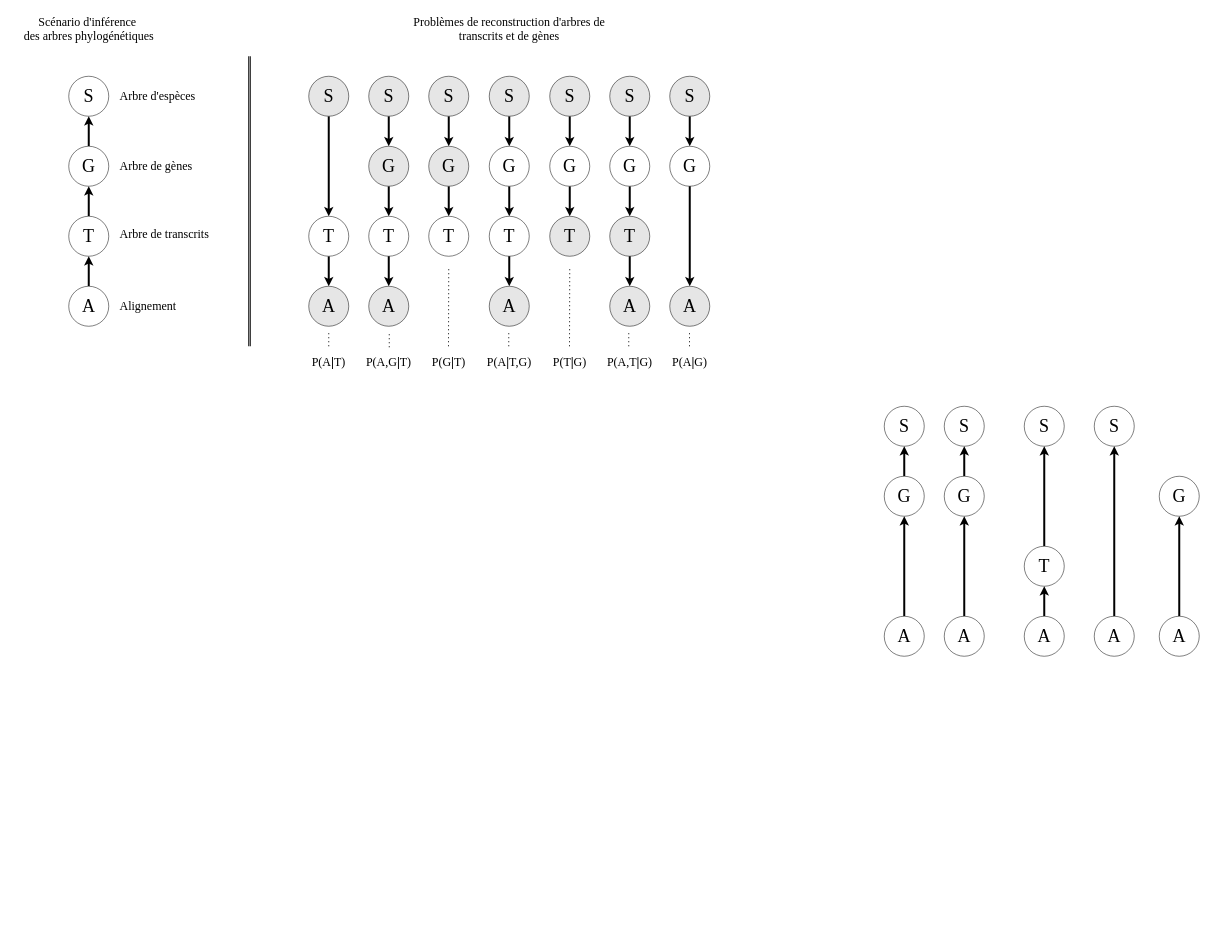
Earlier version of the draw.io diagram page "Chap2" (2 of 2) of theis.drawio (dondavy/thesis-draw.io). Source tidied: cells renumbered, new cells numbered last; positions are measured from the earlier drawing's top-left corner, leaving out a move shared by most shapes. Both pictures are drawn from the tidied source at 50%, with x=0, y=0 at pixel (18, 8).
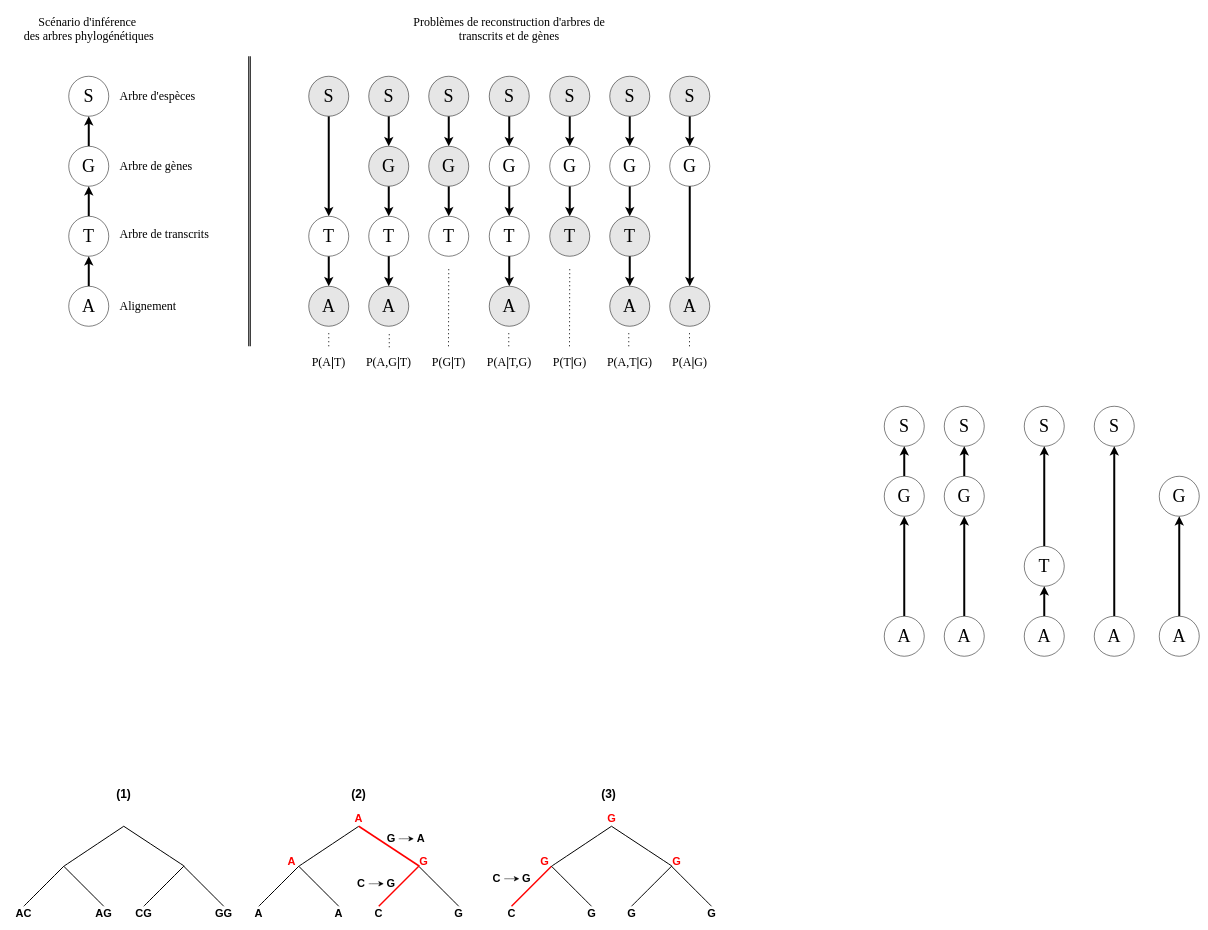
Above is the later version.

Change to the diagram source:
```diff
@@
+    <mxCell id="94" style="group;" parent="1" vertex="1">
+      <mxGeometry x="-18" y="1555" width="1435.5" height="270" as="geometry" />
+    </mxCell>
+    <mxCell id="95" style="endArrow=none;html=1;rounded=0;fontSize=12;startSize=8;endSize=8;curved=1;strokeWidth=2;" parent="94" edge="1">
+      <mxGeometry relative="1" as="geometry">
+        <mxPoint x="30" y="240" as="sourcePoint" />
+        <mxPoint x="110" y="160" as="targetPoint" />
+      </mxGeometry>
+    </mxCell>
+    <mxCell id="96" style="endArrow=none;html=1;rounded=0;fontSize=12;startSize=8;endSize=8;curved=1;strokeWidth=2;" parent="94" edge="1">
+      <mxGeometry relative="1" as="geometry">
+        <mxPoint x="190" y="240" as="sourcePoint" />
+        <mxPoint x="110" y="160" as="targetPoint" />
+      </mxGeometry>
+    </mxCell>
+    <mxCell id="97" style="endArrow=none;html=1;rounded=0;fontSize=12;startSize=8;endSize=8;curved=1;strokeWidth=2;" parent="94" edge="1">
+      <mxGeometry relative="1" as="geometry">
+        <mxPoint x="430" y="240" as="sourcePoint" />
+        <mxPoint x="350" y="160" as="targetPoint" />
+      </mxGeometry>
+    </mxCell>
+    <mxCell id="98" style="endArrow=none;html=1;rounded=0;fontSize=12;startSize=8;endSize=8;curved=1;strokeWidth=2;" parent="94" edge="1">
+      <mxGeometry relative="1" as="geometry">
+        <mxPoint x="110" y="160" as="sourcePoint" />
+        <mxPoint x="230" y="80" as="targetPoint" />
+      </mxGeometry>
+    </mxCell>
+    <mxCell id="99" style="endArrow=none;html=1;rounded=0;fontSize=12;startSize=8;endSize=8;curved=1;strokeWidth=2;" parent="94" edge="1">
+      <mxGeometry relative="1" as="geometry">
+        <mxPoint x="270" y="240" as="sourcePoint" />
+        <mxPoint x="350" y="160" as="targetPoint" />
+      </mxGeometry>
+    </mxCell>
+    <mxCell id="100" style="endArrow=none;html=1;rounded=0;fontSize=12;startSize=8;endSize=8;curved=1;strokeWidth=2;" parent="94" edge="1">
+      <mxGeometry relative="1" as="geometry">
+        <mxPoint x="351.5" y="160" as="sourcePoint" />
+        <mxPoint x="230" y="80" as="targetPoint" />
+      </mxGeometry>
+    </mxCell>
+    <mxCell id="101" value="&lt;font style=&quot;font-size: 22px;&quot;&gt;&lt;b&gt;AC&lt;/b&gt;&lt;/font&gt;" style="text;html=1;align=center;verticalAlign=middle;whiteSpace=wrap;rounded=0;fontSize=16;" parent="94" vertex="1">
+      <mxGeometry y="240" width="60" height="30" as="geometry" />
+    </mxCell>
+    <mxCell id="102" value="&lt;font style=&quot;font-size: 22px;&quot;&gt;&lt;b&gt;AG&lt;/b&gt;&lt;/font&gt;" style="text;html=1;align=center;verticalAlign=middle;whiteSpace=wrap;rounded=0;fontSize=16;" parent="94" vertex="1">
+      <mxGeometry x="160" y="240" width="60" height="30" as="geometry" />
+    </mxCell>
+    <mxCell id="103" value="&lt;font style=&quot;font-size: 22px;&quot;&gt;&lt;b&gt;CG&lt;/b&gt;&lt;/font&gt;" style="text;html=1;align=center;verticalAlign=middle;whiteSpace=wrap;rounded=0;fontSize=16;" parent="94" vertex="1">
+      <mxGeometry x="240" y="240" width="60" height="30" as="geometry" />
+    </mxCell>
+    <mxCell id="104" value="&lt;font style=&quot;font-size: 22px;&quot;&gt;&lt;b&gt;GG&lt;/b&gt;&lt;/font&gt;" style="text;html=1;align=center;verticalAlign=middle;whiteSpace=wrap;rounded=0;fontSize=16;" parent="94" vertex="1">
+      <mxGeometry x="400" y="240" width="60" height="30" as="geometry" />
+    </mxCell>
+    <mxCell id="105" style="group;" parent="94" vertex="1">
+      <mxGeometry x="961" y="50" width="474.5" height="220" as="geometry" />
+    </mxCell>
+    <mxCell id="106" style="endArrow=none;html=1;rounded=0;fontSize=12;startSize=8;endSize=8;curved=1;strokeWidth=3;strokeColor=#FF0000;" parent="105" edge="1">
+      <mxGeometry relative="1" as="geometry">
+        <mxPoint x="44.5" y="190" as="sourcePoint" />
+        <mxPoint x="124.5" y="110" as="targetPoint" />
+      </mxGeometry>
+    </mxCell>
+    <mxCell id="107" style="endArrow=none;html=1;rounded=0;fontSize=12;startSize=8;endSize=8;curved=1;strokeWidth=2;" parent="105" edge="1">
+      <mxGeometry relative="1" as="geometry">
+        <mxPoint x="204.5" y="190" as="sourcePoint" />
+        <mxPoint x="124.5" y="110" as="targetPoint" />
+      </mxGeometry>
+    </mxCell>
+    <mxCell id="108" style="endArrow=none;html=1;rounded=0;fontSize=12;startSize=8;endSize=8;curved=1;strokeWidth=2;" parent="105" edge="1">
+      <mxGeometry relative="1" as="geometry">
+        <mxPoint x="444.5" y="190" as="sourcePoint" />
+        <mxPoint x="364.5" y="110" as="targetPoint" />
+      </mxGeometry>
+    </mxCell>
+    <mxCell id="109" style="endArrow=none;html=1;rounded=0;fontSize=12;startSize=8;endSize=8;curved=1;strokeWidth=2;" parent="105" edge="1">
+      <mxGeometry relative="1" as="geometry">
+        <mxPoint x="124.5" y="110" as="sourcePoint" />
+        <mxPoint x="244.5" y="30" as="targetPoint" />
+      </mxGeometry>
+    </mxCell>
+    <mxCell id="110" style="endArrow=none;html=1;rounded=0;fontSize=12;startSize=8;endSize=8;curved=1;strokeWidth=2;strokeColor=#000000;" parent="105" edge="1">
+      <mxGeometry relative="1" as="geometry">
+        <mxPoint x="284.5" y="190" as="sourcePoint" />
+        <mxPoint x="364.5" y="110" as="targetPoint" />
+      </mxGeometry>
+    </mxCell>
+    <mxCell id="111" style="endArrow=none;html=1;rounded=0;fontSize=12;startSize=8;endSize=8;curved=1;strokeWidth=2;strokeColor=#000000;" parent="105" edge="1">
+      <mxGeometry relative="1" as="geometry">
+        <mxPoint x="366" y="110" as="sourcePoint" />
+        <mxPoint x="244.5" y="30" as="targetPoint" />
+      </mxGeometry>
+    </mxCell>
+    <mxCell id="112" value="&lt;font style=&quot;font-size: 22px;&quot;&gt;&lt;b&gt;C&lt;/b&gt;&lt;/font&gt;" style="text;html=1;align=center;verticalAlign=middle;whiteSpace=wrap;rounded=0;fontSize=16;" parent="105" vertex="1">
+      <mxGeometry x="14.5" y="190" width="60" height="30" as="geometry" />
+    </mxCell>
+    <mxCell id="113" value="&lt;font style=&quot;font-size: 22px;&quot;&gt;&lt;b&gt;G&lt;/b&gt;&lt;/font&gt;" style="text;html=1;align=center;verticalAlign=middle;whiteSpace=wrap;rounded=0;fontSize=16;" parent="105" vertex="1">
+      <mxGeometry x="174.5" y="190" width="60" height="30" as="geometry" />
+    </mxCell>
+    <mxCell id="114" value="&lt;font style=&quot;font-size: 22px;&quot;&gt;&lt;b&gt;G&lt;/b&gt;&lt;/font&gt;" style="text;html=1;align=center;verticalAlign=middle;whiteSpace=wrap;rounded=0;fontSize=16;" parent="105" vertex="1">
+      <mxGeometry x="254.5" y="190" width="60" height="30" as="geometry" />
+    </mxCell>
+    <mxCell id="115" value="&lt;font style=&quot;font-size: 22px;&quot;&gt;&lt;b&gt;G&lt;/b&gt;&lt;/font&gt;" style="text;html=1;align=center;verticalAlign=middle;whiteSpace=wrap;rounded=0;fontSize=16;" parent="105" vertex="1">
+      <mxGeometry x="414.5" y="190" width="60" height="30" as="geometry" />
+    </mxCell>
+    <mxCell id="116" value="&lt;font color=&quot;#ff0000&quot; style=&quot;font-size: 22px;&quot;&gt;&lt;b&gt;G&lt;/b&gt;&lt;/font&gt;" style="text;html=1;align=center;verticalAlign=middle;whiteSpace=wrap;rounded=0;fontSize=16;" parent="105" vertex="1">
+      <mxGeometry x="80.5" y="85" width="60" height="30" as="geometry" />
+    </mxCell>
+    <mxCell id="117" value="&lt;font color=&quot;#ff0000&quot; style=&quot;font-size: 22px;&quot;&gt;&lt;b&gt;G&lt;/b&gt;&lt;/font&gt;" style="text;html=1;align=center;verticalAlign=middle;whiteSpace=wrap;rounded=0;fontSize=16;" parent="105" vertex="1">
+      <mxGeometry x="344.5" y="85" width="60" height="30" as="geometry" />
+    </mxCell>
+    <mxCell id="118" value="&lt;font color=&quot;#ff0000&quot; style=&quot;font-size: 22px;&quot;&gt;&lt;b&gt;G&lt;/b&gt;&lt;/font&gt;" style="text;html=1;align=center;verticalAlign=middle;whiteSpace=wrap;rounded=0;fontSize=16;" parent="105" vertex="1">
+      <mxGeometry x="214.5" width="60" height="30" as="geometry" />
+    </mxCell>
+    <mxCell id="119" style="edgeStyle=none;curved=1;rounded=0;jettySize=auto;html=1;entryX=0;entryY=0.5;entryDx=0;entryDy=0;fontSize=12;startSize=8;endSize=8;" parent="105" edge="1" source="120" target="121">
+      <mxGeometry relative="1" as="geometry" />
+    </mxCell>
+    <mxCell id="120" value="&lt;font style=&quot;font-size: 22px;&quot;&gt;&lt;b&gt;C&lt;/b&gt;&lt;/font&gt;" style="text;html=1;align=center;verticalAlign=middle;whiteSpace=wrap;rounded=0;fontSize=16;" parent="105" vertex="1">
+      <mxGeometry y="120" width="30" height="30" as="geometry" />
+    </mxCell>
+    <mxCell id="121" value="&lt;font style=&quot;font-size: 22px;&quot;&gt;&lt;b&gt;G&lt;/b&gt;&lt;/font&gt;" style="text;html=1;align=center;verticalAlign=middle;whiteSpace=wrap;rounded=0;fontSize=16;" parent="105" vertex="1">
+      <mxGeometry x="60" y="120" width="29" height="30" as="geometry" />
+    </mxCell>
+    <mxCell id="122" style="group;" parent="94" vertex="1">
+      <mxGeometry x="470" y="50" width="460" height="220" as="geometry" />
+    </mxCell>
+    <mxCell id="123" style="endArrow=none;html=1;rounded=0;fontSize=12;startSize=8;endSize=8;curved=1;strokeWidth=2;" parent="122" edge="1">
+      <mxGeometry relative="1" as="geometry">
+        <mxPoint x="30" y="190" as="sourcePoint" />
+        <mxPoint x="110" y="110" as="targetPoint" />
+      </mxGeometry>
+    </mxCell>
+    <mxCell id="124" style="endArrow=none;html=1;rounded=0;fontSize=12;startSize=8;endSize=8;curved=1;strokeWidth=2;" parent="122" edge="1">
+      <mxGeometry relative="1" as="geometry">
+        <mxPoint x="190" y="190" as="sourcePoint" />
+        <mxPoint x="110" y="110" as="targetPoint" />
+      </mxGeometry>
+    </mxCell>
+    <mxCell id="125" style="endArrow=none;html=1;rounded=0;fontSize=12;startSize=8;endSize=8;curved=1;strokeWidth=2;" parent="122" edge="1">
+      <mxGeometry relative="1" as="geometry">
+        <mxPoint x="430" y="190" as="sourcePoint" />
+        <mxPoint x="350" y="110" as="targetPoint" />
+      </mxGeometry>
+    </mxCell>
+    <mxCell id="126" style="endArrow=none;html=1;rounded=0;fontSize=12;startSize=8;endSize=8;curved=1;strokeWidth=2;" parent="122" edge="1">
+      <mxGeometry relative="1" as="geometry">
+        <mxPoint x="110" y="110" as="sourcePoint" />
+        <mxPoint x="230" y="30" as="targetPoint" />
+      </mxGeometry>
+    </mxCell>
+    <mxCell id="127" style="endArrow=none;html=1;rounded=0;fontSize=12;startSize=8;endSize=8;curved=1;strokeWidth=3;strokeColor=#FF0000;" parent="122" edge="1">
+      <mxGeometry relative="1" as="geometry">
+        <mxPoint x="270" y="190" as="sourcePoint" />
+        <mxPoint x="350" y="110" as="targetPoint" />
+      </mxGeometry>
+    </mxCell>
+    <mxCell id="128" style="endArrow=none;html=1;rounded=0;fontSize=12;startSize=8;endSize=8;curved=1;strokeWidth=3;strokeColor=#FF0000;" parent="122" edge="1">
+      <mxGeometry relative="1" as="geometry">
+        <mxPoint x="351.5" y="110" as="sourcePoint" />
+        <mxPoint x="230" y="30" as="targetPoint" />
+      </mxGeometry>
+    </mxCell>
+    <mxCell id="129" value="&lt;font style=&quot;font-size: 22px;&quot;&gt;&lt;b&gt;A&lt;/b&gt;&lt;/font&gt;" style="text;html=1;align=center;verticalAlign=middle;whiteSpace=wrap;rounded=0;fontSize=16;" parent="122" vertex="1">
+      <mxGeometry y="190" width="60" height="30" as="geometry" />
+    </mxCell>
+    <mxCell id="130" value="&lt;font style=&quot;font-size: 22px;&quot;&gt;&lt;b&gt;A&lt;/b&gt;&lt;/font&gt;" style="text;html=1;align=center;verticalAlign=middle;whiteSpace=wrap;rounded=0;fontSize=16;" parent="122" vertex="1">
+      <mxGeometry x="160" y="190" width="60" height="30" as="geometry" />
+    </mxCell>
+    <mxCell id="131" value="&lt;font style=&quot;font-size: 22px;&quot;&gt;&lt;b&gt;C&lt;/b&gt;&lt;/font&gt;" style="text;html=1;align=center;verticalAlign=middle;whiteSpace=wrap;rounded=0;fontSize=16;" parent="122" vertex="1">
+      <mxGeometry x="240" y="190" width="60" height="30" as="geometry" />
+    </mxCell>
+    <mxCell id="132" value="&lt;font style=&quot;font-size: 22px;&quot;&gt;&lt;b&gt;G&lt;/b&gt;&lt;/font&gt;" style="text;html=1;align=center;verticalAlign=middle;whiteSpace=wrap;rounded=0;fontSize=16;" parent="122" vertex="1">
+      <mxGeometry x="400" y="190" width="60" height="30" as="geometry" />
+    </mxCell>
+    <mxCell id="133" value="&lt;font color=&quot;#ff0000&quot; style=&quot;font-size: 22px;&quot;&gt;&lt;b&gt;A&lt;/b&gt;&lt;/font&gt;" style="text;html=1;align=center;verticalAlign=middle;whiteSpace=wrap;rounded=0;fontSize=16;" parent="122" vertex="1">
+      <mxGeometry x="66" y="85" width="60" height="30" as="geometry" />
+    </mxCell>
+    <mxCell id="134" style="edgeStyle=none;curved=1;rounded=0;jettySize=auto;html=1;entryX=0;entryY=0.5;entryDx=0;entryDy=0;fontSize=12;startSize=8;endSize=8;" parent="122" edge="1" source="135" target="136">
+      <mxGeometry relative="1" as="geometry" />
+    </mxCell>
+    <mxCell id="135" value="&lt;font style=&quot;font-size: 22px;&quot;&gt;&lt;b&gt;C&lt;/b&gt;&lt;/font&gt;" style="text;html=1;align=center;verticalAlign=middle;whiteSpace=wrap;rounded=0;fontSize=16;" parent="122" vertex="1">
+      <mxGeometry x="220" y="130" width="30" height="30" as="geometry" />
+    </mxCell>
+    <mxCell id="136" value="&lt;font style=&quot;font-size: 22px;&quot;&gt;&lt;b&gt;G&lt;/b&gt;&lt;/font&gt;" style="text;html=1;align=center;verticalAlign=middle;whiteSpace=wrap;rounded=0;fontSize=16;" parent="122" vertex="1">
+      <mxGeometry x="280" y="130" width="29" height="30" as="geometry" />
+    </mxCell>
+    <mxCell id="137" value="&lt;font color=&quot;#ff0000&quot; style=&quot;font-size: 22px;&quot;&gt;&lt;b&gt;G&lt;/b&gt;&lt;/font&gt;" style="text;html=1;align=center;verticalAlign=middle;whiteSpace=wrap;rounded=0;fontSize=16;" parent="122" vertex="1">
+      <mxGeometry x="330" y="85" width="60" height="30" as="geometry" />
+    </mxCell>
+    <mxCell id="138" style="edgeStyle=none;curved=1;rounded=0;jettySize=auto;html=1;entryX=0;entryY=0.5;entryDx=0;entryDy=0;fontSize=12;startSize=8;endSize=8;" parent="122" edge="1" source="139" target="140">
+      <mxGeometry relative="1" as="geometry" />
+    </mxCell>
+    <mxCell id="139" value="&lt;font style=&quot;font-size: 22px;&quot;&gt;&lt;b&gt;G&lt;/b&gt;&lt;/font&gt;" style="text;html=1;align=center;verticalAlign=middle;whiteSpace=wrap;rounded=0;fontSize=16;" parent="122" vertex="1">
+      <mxGeometry x="280" y="40" width="30" height="30" as="geometry" />
+    </mxCell>
+    <mxCell id="140" value="&lt;font style=&quot;font-size: 22px;&quot;&gt;&lt;b&gt;A&lt;/b&gt;&lt;/font&gt;" style="text;html=1;align=center;verticalAlign=middle;whiteSpace=wrap;rounded=0;fontSize=16;" parent="122" vertex="1">
+      <mxGeometry x="340" y="40" width="29" height="30" as="geometry" />
+    </mxCell>
+    <mxCell id="141" value="&lt;font color=&quot;#ff0000&quot; style=&quot;font-size: 22px;&quot;&gt;&lt;b&gt;A&lt;/b&gt;&lt;/font&gt;" style="text;html=1;align=center;verticalAlign=middle;whiteSpace=wrap;rounded=0;fontSize=16;" parent="122" vertex="1">
+      <mxGeometry x="200" width="60" height="30" as="geometry" />
+    </mxCell>
+    <mxCell id="142" value="&lt;font size=&quot;1&quot; style=&quot;&quot;&gt;&lt;b style=&quot;font-size: 24px;&quot;&gt;(1)&lt;/b&gt;&lt;/font&gt;" style="text;html=1;align=center;verticalAlign=middle;whiteSpace=wrap;rounded=0;fontSize=16;" parent="94" vertex="1">
+      <mxGeometry x="200" width="60" height="30" as="geometry" />
+    </mxCell>
+    <mxCell id="143" value="&lt;font size=&quot;1&quot; style=&quot;&quot;&gt;&lt;b style=&quot;font-size: 24px;&quot;&gt;(2)&lt;/b&gt;&lt;/font&gt;" style="text;html=1;align=center;verticalAlign=middle;whiteSpace=wrap;rounded=0;fontSize=16;" parent="94" vertex="1">
+      <mxGeometry x="670" width="60" height="30" as="geometry" />
+    </mxCell>
+    <mxCell id="144" value="&lt;font size=&quot;1&quot; style=&quot;&quot;&gt;&lt;b style=&quot;font-size: 24px;&quot;&gt;(3)&lt;/b&gt;&lt;/font&gt;" style="text;html=1;align=center;verticalAlign=middle;whiteSpace=wrap;rounded=0;fontSize=16;" parent="94" vertex="1">
+      <mxGeometry x="1170" width="60" height="30" as="geometry" />
+    </mxCell>
```
